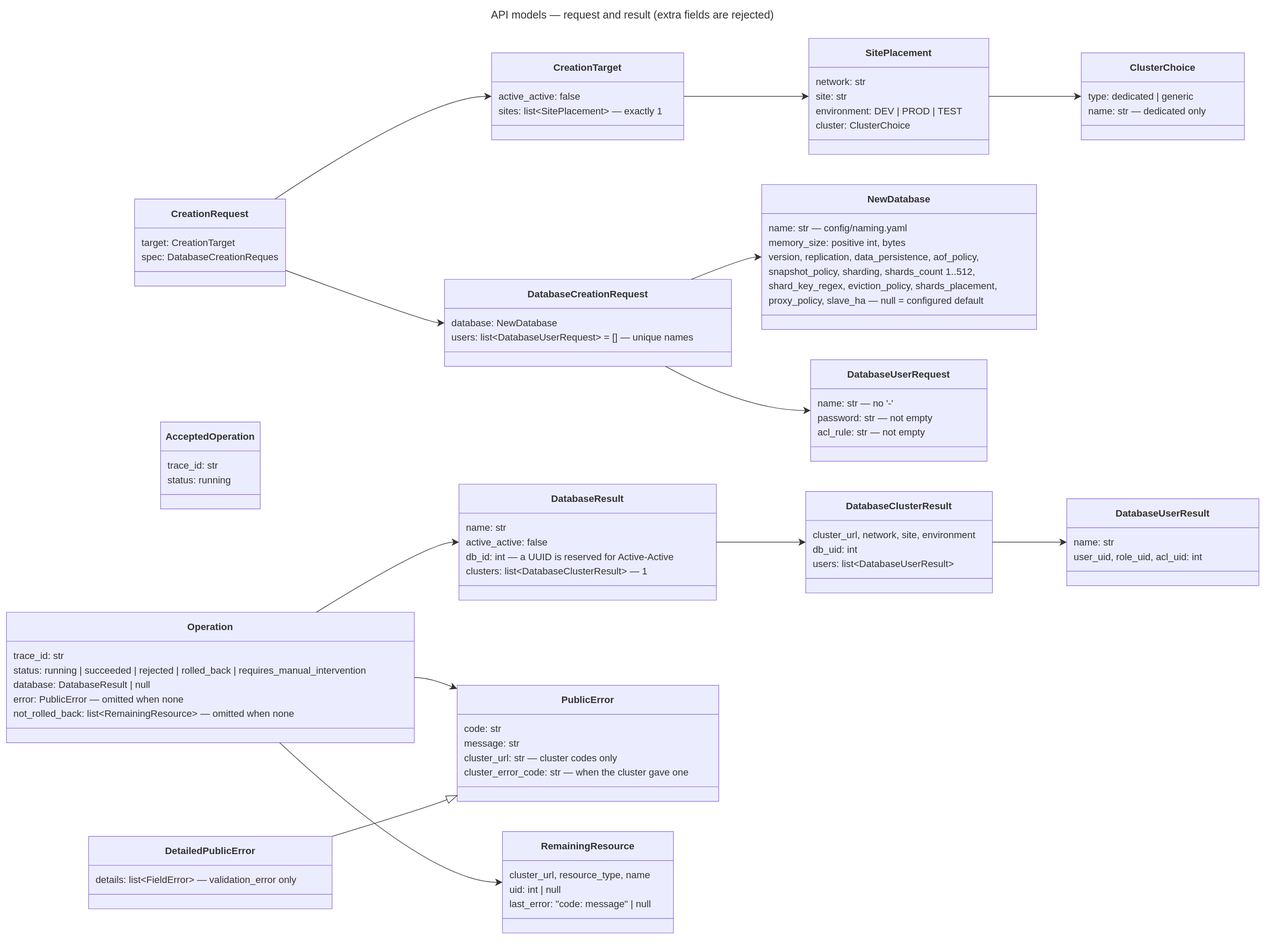
This is docs/diagrams/19-api-models-create.drawio.svg from EliShteinman/redis-enterprise-services, a draw.io export, as it was before one commit. Source tidied: cells renumbered, new cells last; positions are measured from the earlier drawing's top-left corner, leaving out a move shared by most shapes.
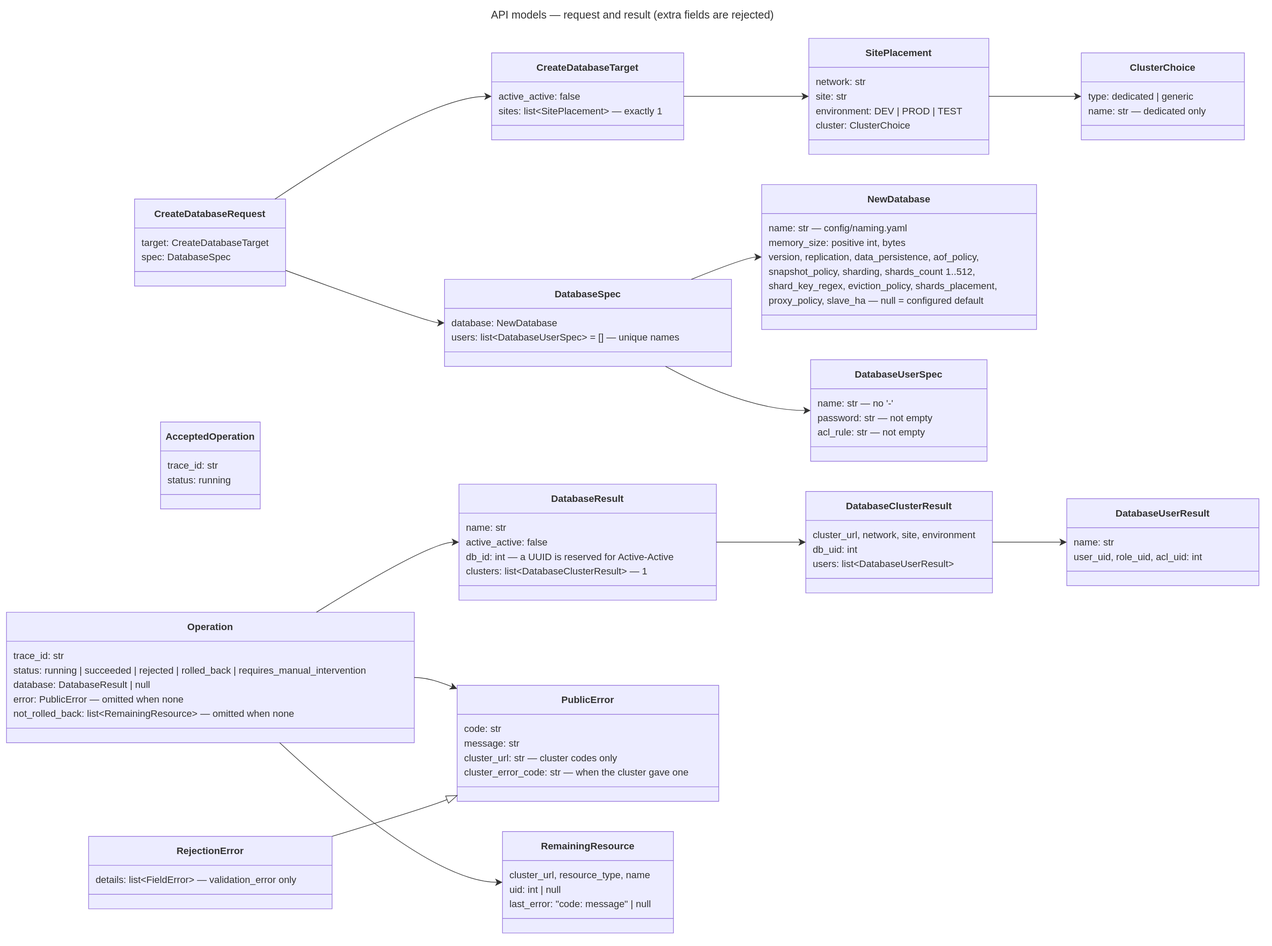
Later version of the same file.

What changed in the source:
```diff
@@ -2,19 +2,19 @@
   <root>
     <mxCell id="0" />
     <mxCell id="1" parent="0" />
-    <mxCell id="2" value="&lt;b&gt;CreationRequest&lt;/b&gt;" style="swimlane;html=1;fontStyle=1;fontSize=16;align=center;verticalAlign=middle;horizontal=1;startSize=48;swimlaneFillColor=light-dark(#ECECFF,#1f2020);whiteSpace=wrap;fillColor=light-dark(#ECECFF,#1f2020);strokeColor=light-dark(#9370DB,#cccccc);fontColor=light-dark(#333333,#cccccc);fontFamily=Trebuchet MS,Verdana,Arial,sans-serif;" parent="1" vertex="1">
+    <mxCell id="2" value="&lt;b&gt;CreateDatabaseRequest&lt;/b&gt;" style="swimlane;html=1;fontStyle=1;fontSize=16;align=center;verticalAlign=middle;horizontal=1;startSize=48;swimlaneFillColor=light-dark(#ECECFF,#1f2020);whiteSpace=wrap;fillColor=light-dark(#ECECFF,#1f2020);strokeColor=light-dark(#9370DB,#cccccc);fontColor=light-dark(#333333,#cccccc);fontFamily=Trebuchet MS,Verdana,Arial,sans-serif;" parent="1" vertex="1">
       <mxGeometry x="212" y="319" width="250" height="144" as="geometry" />
     </mxCell>
-    <mxCell id="3" value="target: CreationTarget" style="text;fontSize=16;strokeColor=none;fillColor=none;align=left;verticalAlign=middle;spacingLeft=10;spacingRight=12;spacingBottom=2;overflow=hidden;fontFamily=Trebuchet MS,Verdana,Arial,sans-serif;fontColor=light-dark(#333333,#cccccc);" parent="2" vertex="1">
+    <mxCell id="3" value="target: CreateDatabaseTarget" style="text;fontSize=16;strokeColor=none;fillColor=none;align=left;verticalAlign=middle;spacingLeft=10;spacingRight=12;spacingBottom=2;overflow=hidden;fontFamily=Trebuchet MS,Verdana,Arial,sans-serif;fontColor=light-dark(#333333,#cccccc);" parent="2" vertex="1">
       <mxGeometry y="60" width="250" height="24" as="geometry" />
     </mxCell>
-    <mxCell id="4" value="spec: DatabaseCreationRequest" style="text;fontSize=16;strokeColor=none;fillColor=none;align=left;verticalAlign=middle;spacingLeft=10;spacingRight=12;spacingBottom=2;overflow=hidden;fontFamily=Trebuchet MS,Verdana,Arial,sans-serif;fontColor=light-dark(#333333,#cccccc);" parent="2" vertex="1">
+    <mxCell id="4" value="spec: DatabaseSpec" style="text;fontSize=16;strokeColor=none;fillColor=none;align=left;verticalAlign=middle;spacingLeft=10;spacingRight=12;spacingBottom=2;overflow=hidden;fontFamily=Trebuchet MS,Verdana,Arial,sans-serif;fontColor=light-dark(#333333,#cccccc);" parent="2" vertex="1">
       <mxGeometry y="84" width="250" height="24" as="geometry" />
     </mxCell>
     <mxCell id="5" style="line;strokeWidth=1;fillColor=none;spacingLeft=3;spacingRight=3;strokeColor=inherit;" parent="2" vertex="1">
       <mxGeometry y="108" width="250" height="24" as="geometry" />
     </mxCell>
-    <mxCell id="6" value="&lt;b&gt;CreationTarget&lt;/b&gt;" style="swimlane;html=1;fontStyle=1;fontSize=16;align=center;verticalAlign=middle;horizontal=1;startSize=48;swimlaneFillColor=light-dark(#ECECFF,#1f2020);whiteSpace=wrap;fillColor=light-dark(#ECECFF,#1f2020);strokeColor=light-dark(#9370DB,#cccccc);fontColor=light-dark(#333333,#cccccc);fontFamily=Trebuchet MS,Verdana,Arial,sans-serif;" parent="1" vertex="1">
+    <mxCell id="6" value="&lt;b&gt;CreateDatabaseTarget&lt;/b&gt;" style="swimlane;html=1;fontStyle=1;fontSize=16;align=center;verticalAlign=middle;horizontal=1;startSize=48;swimlaneFillColor=light-dark(#ECECFF,#1f2020);whiteSpace=wrap;fillColor=light-dark(#ECECFF,#1f2020);strokeColor=light-dark(#9370DB,#cccccc);fontColor=light-dark(#333333,#cccccc);fontFamily=Trebuchet MS,Verdana,Arial,sans-serif;" parent="1" vertex="1">
       <mxGeometry x="803" y="77" width="318" height="144" as="geometry" />
     </mxCell>
     <mxCell id="7" value="active_active: false" style="text;fontSize=16;strokeColor=none;fillColor=none;align=left;verticalAlign=middle;spacingLeft=10;spacingRight=12;spacingBottom=2;overflow=hidden;fontFamily=Trebuchet MS,Verdana,Arial,sans-serif;fontColor=light-dark(#333333,#cccccc);" parent="6" vertex="1">
@@ -56,13 +56,13 @@
     <mxCell id="19" style="line;strokeWidth=1;fillColor=none;spacingLeft=3;spacingRight=3;strokeColor=inherit;" parent="16" vertex="1">
       <mxGeometry y="108" width="270" height="24" as="geometry" />
     </mxCell>
-    <mxCell id="20" value="&lt;b&gt;DatabaseCreationRequest&lt;/b&gt;" style="swimlane;html=1;fontStyle=1;fontSize=16;align=center;verticalAlign=middle;horizontal=1;startSize=48;swimlaneFillColor=light-dark(#ECECFF,#1f2020);whiteSpace=wrap;fillColor=light-dark(#ECECFF,#1f2020);strokeColor=light-dark(#9370DB,#cccccc);fontColor=light-dark(#333333,#cccccc);fontFamily=Trebuchet MS,Verdana,Arial,sans-serif;" parent="1" vertex="1">
+    <mxCell id="20" value="&lt;b&gt;DatabaseSpec&lt;/b&gt;" style="swimlane;html=1;fontStyle=1;fontSize=16;align=center;verticalAlign=middle;horizontal=1;startSize=48;swimlaneFillColor=light-dark(#ECECFF,#1f2020);whiteSpace=wrap;fillColor=light-dark(#ECECFF,#1f2020);strokeColor=light-dark(#9370DB,#cccccc);fontColor=light-dark(#333333,#cccccc);fontFamily=Trebuchet MS,Verdana,Arial,sans-serif;" parent="1" vertex="1">
       <mxGeometry x="725" y="452" width="475" height="144" as="geometry" />
     </mxCell>
     <mxCell id="21" value="database: NewDatabase" style="text;fontSize=16;strokeColor=none;fillColor=none;align=left;verticalAlign=middle;spacingLeft=10;spacingRight=12;spacingBottom=2;overflow=hidden;fontFamily=Trebuchet MS,Verdana,Arial,sans-serif;fontColor=light-dark(#333333,#cccccc);" parent="20" vertex="1">
       <mxGeometry y="60" width="475" height="24" as="geometry" />
     </mxCell>
-    <mxCell id="22" value="users: list&lt;DatabaseUserRequest&gt; = [] — unique names" style="text;fontSize=16;strokeColor=none;fillColor=none;align=left;verticalAlign=middle;spacingLeft=10;spacingRight=12;spacingBottom=2;overflow=hidden;fontFamily=Trebuchet MS,Verdana,Arial,sans-serif;fontColor=light-dark(#333333,#cccccc);" parent="20" vertex="1">
+    <mxCell id="22" value="users: list&lt;DatabaseUserSpec&gt; = [] — unique names" style="text;fontSize=16;strokeColor=none;fillColor=none;align=left;verticalAlign=middle;spacingLeft=10;spacingRight=12;spacingBottom=2;overflow=hidden;fontFamily=Trebuchet MS,Verdana,Arial,sans-serif;fontColor=light-dark(#333333,#cccccc);" parent="20" vertex="1">
       <mxGeometry y="84" width="475" height="24" as="geometry" />
     </mxCell>
     <mxCell id="23" style="line;strokeWidth=1;fillColor=none;spacingLeft=3;spacingRight=3;strokeColor=inherit;" parent="20" vertex="1">
@@ -92,7 +92,7 @@
     <mxCell id="31" style="line;strokeWidth=1;fillColor=none;spacingLeft=3;spacingRight=3;strokeColor=inherit;" parent="24" vertex="1">
       <mxGeometry y="204" width="455" height="24" as="geometry" />
     </mxCell>
-    <mxCell id="32" value="&lt;b&gt;DatabaseUserRequest&lt;/b&gt;" style="swimlane;html=1;fontStyle=1;fontSize=16;align=center;verticalAlign=middle;horizontal=1;startSize=48;swimlaneFillColor=light-dark(#ECECFF,#1f2020);whiteSpace=wrap;fillColor=light-dark(#ECECFF,#1f2020);strokeColor=light-dark(#9370DB,#cccccc);fontColor=light-dark(#333333,#cccccc);fontFamily=Trebuchet MS,Verdana,Arial,sans-serif;" parent="1" vertex="1">
+    <mxCell id="32" value="&lt;b&gt;DatabaseUserSpec&lt;/b&gt;" style="swimlane;html=1;fontStyle=1;fontSize=16;align=center;verticalAlign=middle;horizontal=1;startSize=48;swimlaneFillColor=light-dark(#ECECFF,#1f2020);whiteSpace=wrap;fillColor=light-dark(#ECECFF,#1f2020);strokeColor=light-dark(#9370DB,#cccccc);fontColor=light-dark(#333333,#cccccc);fontFamily=Trebuchet MS,Verdana,Arial,sans-serif;" parent="1" vertex="1">
       <mxGeometry x="1331" y="585" width="292" height="168" as="geometry" />
     </mxCell>
     <mxCell id="33" value="name: str — no '-'" style="text;fontSize=16;strokeColor=none;fillColor=none;align=left;verticalAlign=middle;spacingLeft=10;spacingRight=12;spacingBottom=2;overflow=hidden;fontFamily=Trebuchet MS,Verdana,Arial,sans-serif;fontColor=light-dark(#333333,#cccccc);" parent="32" vertex="1">
@@ -203,7 +203,7 @@
     <mxCell id="68" style="line;strokeWidth=1;fillColor=none;spacingLeft=3;spacingRight=3;strokeColor=inherit;" parent="63" vertex="1">
       <mxGeometry y="156" width="433" height="24" as="geometry" />
     </mxCell>
-    <mxCell id="69" value="&lt;b&gt;DetailedPublicError&lt;/b&gt;" style="swimlane;html=1;fontStyle=1;fontSize=16;align=center;verticalAlign=middle;horizontal=1;startSize=48;swimlaneFillColor=light-dark(#ECECFF,#1f2020);whiteSpace=wrap;fillColor=light-dark(#ECECFF,#1f2020);strokeColor=light-dark(#9370DB,#cccccc);fontColor=light-dark(#333333,#cccccc);fontFamily=Trebuchet MS,Verdana,Arial,sans-serif;" parent="1" vertex="1">
+    <mxCell id="69" value="&lt;b&gt;RejectionError&lt;/b&gt;" style="swimlane;html=1;fontStyle=1;fontSize=16;align=center;verticalAlign=middle;horizontal=1;startSize=48;swimlaneFillColor=light-dark(#ECECFF,#1f2020);whiteSpace=wrap;fillColor=light-dark(#ECECFF,#1f2020);strokeColor=light-dark(#9370DB,#cccccc);fontColor=light-dark(#333333,#cccccc);fontFamily=Trebuchet MS,Verdana,Arial,sans-serif;" parent="1" vertex="1">
       <mxGeometry x="136" y="1374" width="403" height="120" as="geometry" />
     </mxCell>
     <mxCell id="70" value="details: list&lt;FieldError&gt; — validation_error only" style="text;fontSize=16;strokeColor=none;fillColor=none;align=left;verticalAlign=middle;spacingLeft=10;spacingRight=12;spacingBottom=2;overflow=hidden;fontFamily=Trebuchet MS,Verdana,Arial,sans-serif;fontColor=light-dark(#333333,#cccccc);" parent="69" vertex="1">
```
